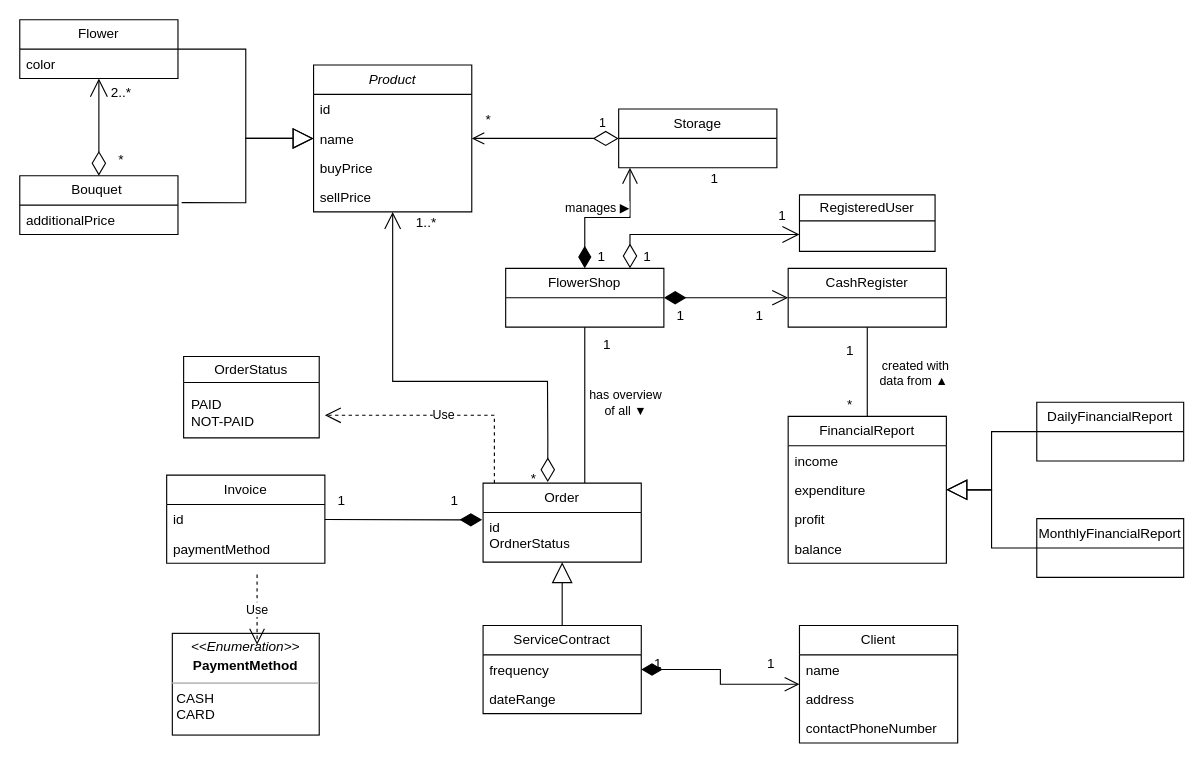
mrEkso/Flower-Shop-Management-System keeps this draw.io diagram as src/main/asciidoc/models/analysis/classdiagram.drawio. Above is the earlier version. Source tidied: cells renumbered, new cells numbered last; positions are measured from the earlier drawing's top-left corner, leaving out a move shared by most shapes. Both pictures are drawn from the tidied source at 113%, with x=0, y=0 at pixel (19, 19).
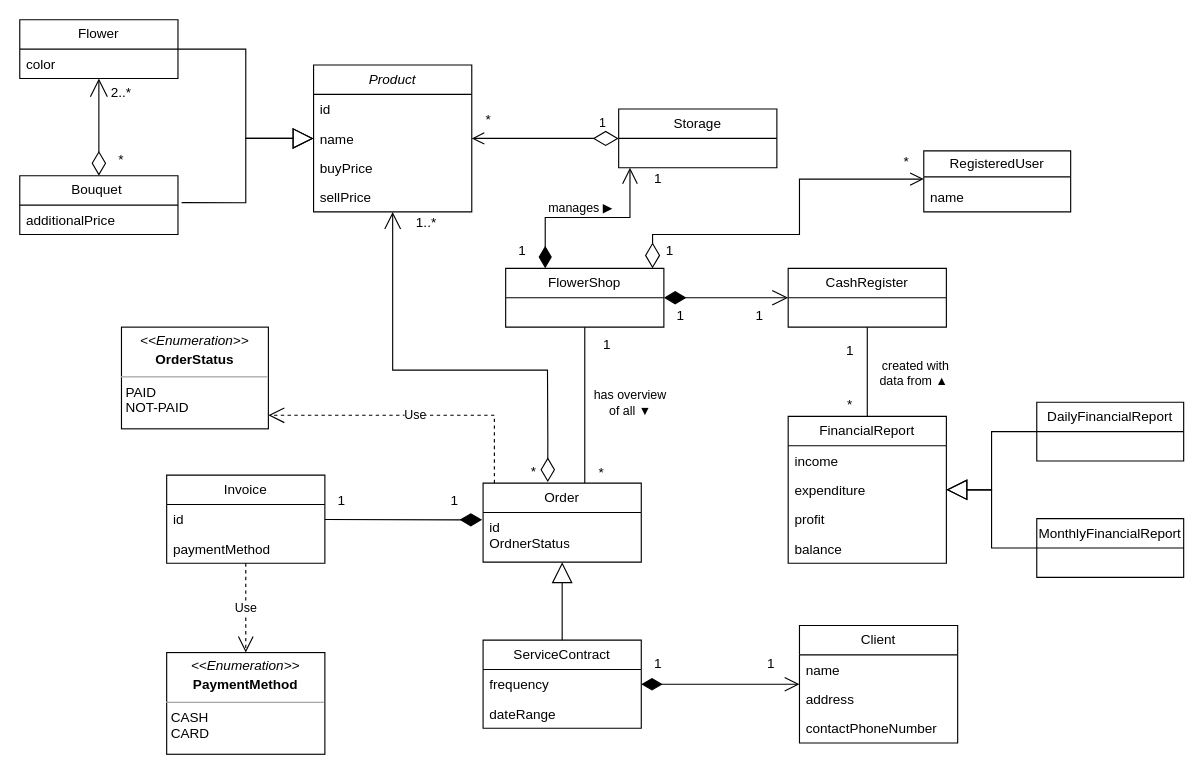
The same page after the edit.

Unchanged cells that the change refers to:
```xml
<mxCell id="9" value="Storage" style="swimlane;fontStyle=0;horizontal=1;startSize=26;fillColor=none;whiteSpace=wrap;html=1;" parent="1" vertex="1">
  <mxGeometry x="530" y="79" width="140" height="52" as="geometry" />
</mxCell>
<mxCell id="12" value="FlowerShop" style="swimlane;fontStyle=0;horizontal=1;startSize=26;fillColor=none;whiteSpace=wrap;html=1;" parent="1" vertex="1">
  <mxGeometry x="430" y="220" width="140" height="52" as="geometry" />
</mxCell>
<mxCell id="18" value="Order" style="swimlane;fontStyle=0;horizontal=1;startSize=26;fillColor=none;whiteSpace=wrap;html=1;" parent="1" vertex="1">
  <mxGeometry x="410" y="410" width="140" height="70" as="geometry" />
</mxCell>
<mxCell id="23" value="Invoice" style="swimlane;fontStyle=0;horizontal=1;startSize=26;fillColor=none;whiteSpace=wrap;html=1;" parent="1" vertex="1">
  <mxGeometry x="130" y="403" width="140" height="78" as="geometry" />
</mxCell>
<mxCell id="40" value="&lt;i&gt;Product&lt;/i&gt;" style="swimlane;fontStyle=0;horizontal=1;startSize=26;fillColor=none;whiteSpace=wrap;html=1;" parent="1" vertex="1">
  <mxGeometry x="260" y="40" width="140" height="130" as="geometry" />
</mxCell>
```

The edit, as a diff of the source:
```diff
@@
     <mxCell id="16" value="1" style="text;html=1;strokeColor=none;fillColor=none;align=center;verticalAlign=middle;whiteSpace=wrap;rounded=0;" parent="1" vertex="1">
-      <mxGeometry x="500" y="200" width="30" height="20" as="geometry" />
+      <mxGeometry x="430" y="195" width="30" height="20" as="geometry" />
     </mxCell>
@@
     <mxCell id="20" value="ServiceContract" style="swimlane;fontStyle=0;horizontal=1;startSize=26;fillColor=none;whiteSpace=wrap;html=1;" parent="1" vertex="1">
-      <mxGeometry x="410" y="536" width="140" height="78" as="geometry" />
+      <mxGeometry x="410" y="549" width="140" height="78" as="geometry" />
     </mxCell>
@@
-    <mxCell id="39" value="1" style="text;html=1;strokeColor=none;fillColor=none;align=center;verticalAlign=middle;whiteSpace=wrap;rounded=0;" parent="1" vertex="1">
-      <mxGeometry x="660" y="164" width="30" height="20" as="geometry" />
+    <mxCell id="39" value="*" style="text;html=1;strokeColor=none;fillColor=none;align=center;verticalAlign=middle;whiteSpace=wrap;rounded=0;" parent="1" vertex="1">
+      <mxGeometry x="770" y="116" width="30" height="20" as="geometry" />
     </mxCell>
@@
     <mxCell id="48" style="endArrow=open;html=1;endSize=12;startArrow=diamondThin;startSize=17;startFill=1;edgeStyle=orthogonalEdgeStyle;align=left;verticalAlign=bottom;rounded=0;" parent="1" edge="1" source="12" target="9">
       <mxGeometry x="-1" y="3" relative="1" as="geometry">
         <Array as="points">
-          <mxPoint x="500" y="175" />
+          <mxPoint x="465" y="175" />
           <mxPoint x="540" y="175" />
         </Array>
       </mxGeometry>
     </mxCell>
     <mxCell id="49" value="1" style="text;html=1;strokeColor=none;fillColor=none;align=center;verticalAlign=middle;whiteSpace=wrap;rounded=0;" parent="1" vertex="1">
-      <mxGeometry x="600" y="131" width="30" height="20" as="geometry" />
+      <mxGeometry x="550" y="131" width="30" height="20" as="geometry" />
     </mxCell>
@@
     <mxCell id="51" style="endArrow=open;html=1;endSize=13;startArrow=diamondThin;startSize=19;startFill=0;edgeStyle=orthogonalEdgeStyle;align=left;verticalAlign=bottom;rounded=0;exitX=0.409;exitY=-0.012;exitDx=0;exitDy=0;exitPerimeter=0;" parent="1" edge="1" source="18" target="40">
       <mxGeometry x="-1" y="3" relative="1" as="geometry">
         <Array as="points">
           <mxPoint x="467" y="370" />
-          <mxPoint x="467" y="320" />
-          <mxPoint x="360" y="320" />
+          <mxPoint x="467" y="310" />
+          <mxPoint x="330" y="310" />
         </Array>
       </mxGeometry>
     </mxCell>
@@
     <mxCell id="53" value="*" style="text;html=1;strokeColor=none;fillColor=none;align=center;verticalAlign=middle;whiteSpace=wrap;rounded=0;" parent="1" vertex="1">
-      <mxGeometry x="440" y="396" width="30" height="20" as="geometry" />
+      <mxGeometry x="440" y="390" width="30" height="20" as="geometry" />
     </mxCell>
     <mxCell id="54" value="&lt;p style=&quot;margin: 4px 0px 0px; text-align: center; line-height: 140%;&quot;&gt;&lt;i&gt;&amp;lt;&amp;lt;Enumeration&amp;gt;&amp;gt;&lt;/i&gt;&lt;br&gt;&lt;b&gt;PaymentMethod&lt;/b&gt;&lt;/p&gt;&lt;hr size=&quot;1&quot;&gt;&lt;p style=&quot;margin: 0px 0px 0px 4px;&quot;&gt;CASH&lt;/p&gt;&lt;p style=&quot;margin: 0px 0px 0px 4px;&quot;&gt;CARD&lt;/p&gt;" style="verticalAlign=top;align=left;overflow=fill;fontSize=12;fontFamily=Helvetica;html=1;whiteSpace=wrap;" parent="1" vertex="1">
-      <mxGeometry x="135" y="543" width="130" height="90" as="geometry" />
+      <mxGeometry x="130" y="560" width="140" height="90" as="geometry" />
     </mxCell>
-    <mxCell id="55" value="Use" style="endArrow=open;endSize=12;dashed=1;html=1;rounded=0;" parent="1" edge="1">
+    <mxCell id="55" value="Use" style="endArrow=open;endSize=12;dashed=1;html=1;rounded=0;edgeStyle=orthogonalEdgeStyle;" parent="1" edge="1" target="76">
       <mxGeometry relative="1" as="geometry">
         <mxPoint x="420" y="410" as="sourcePoint" />
-        <mxPoint x="270" y="350" as="targetPoint" />
         <Array as="points">
           <mxPoint x="420" y="350" />
-          <mxPoint x="340" y="350" />
         </Array>
       </mxGeometry>
     </mxCell>
@@
     <mxCell id="67" value="manages ▶" style="edgeLabel;html=1;align=center;verticalAlign=middle;" parent="1" vertex="1">
-      <mxGeometry x="565" y="170" as="geometry">
+      <mxGeometry x="550" y="170" as="geometry">
         <mxPoint x="-55" y="-4" as="offset" />
       </mxGeometry>
     </mxCell>
     <mxCell id="68" value="has overview &lt;br&gt;of all&amp;nbsp;▼" style="edgeLabel;html=1;align=center;verticalAlign=middle;" parent="1" vertex="1">
-      <mxGeometry x="535" y="338.5" as="geometry" />
+      <mxGeometry x="535" y="338.5" as="geometry">
+        <mxPoint x="4" as="offset" />
+      </mxGeometry>
     </mxCell>
-    <mxCell id="69" value="&lt;span style=&quot;font-weight: normal;&quot;&gt;OrderStatus&lt;/span&gt;" style="swimlane;whiteSpace=wrap;html=1;" parent="1" vertex="1">
-      <mxGeometry x="145" y="298" width="120" height="72" as="geometry" />
-    </mxCell>
-    <mxCell id="70" value="PAID&lt;div&gt;NOT-PAID&lt;/div&gt;" style="text;html=1;align=left;verticalAlign=middle;strokeColor=none;fillColor=none;" parent="69" vertex="1">
-      <mxGeometry x="5" y="30" width="80" height="40" as="geometry" />
-    </mxCell>
-    <mxCell id="71" value="Use" style="endArrow=open;endSize=12;dashed=1;html=1;rounded=0;" parent="1" edge="1">
+    <mxCell id="71" value="Use" style="endArrow=open;endSize=12;dashed=1;html=1;rounded=0;edgeStyle=orthogonalEdgeStyle;" parent="1" edge="1" source="23" target="54">
       <mxGeometry relative="1" as="geometry">
-        <mxPoint x="210" y="491" as="sourcePoint" />
-        <mxPoint x="210" y="553" as="targetPoint" />
+        <Array as="points">
+          <mxPoint x="200" y="540" />
+          <mxPoint x="200" y="540" />
+        </Array>
       </mxGeometry>
     </mxCell>
     <mxCell id="72" value="&lt;span style=&quot;font-weight: normal;&quot;&gt;RegisteredUser&lt;/span&gt;" style="swimlane;whiteSpace=wrap;html=1;" parent="1" vertex="1">
-      <mxGeometry x="690" y="155" width="120" height="50" as="geometry" />
+      <mxGeometry x="800" y="116" width="130" height="54" as="geometry" />
     </mxCell>
+    <mxCell id="75" value="name" style="text;strokeColor=none;fillColor=none;align=left;verticalAlign=top;spacingLeft=4;spacingRight=4;overflow=hidden;whiteSpace=wrap;html=1;" parent="72" vertex="1">
+      <mxGeometry y="28" width="130" height="26" as="geometry" />
+    </mxCell>
-    <mxCell id="73" style="endArrow=open;html=1;endSize=13;startArrow=diamondThin;startSize=19;startFill=0;edgeStyle=orthogonalEdgeStyle;align=left;verticalAlign=bottom;rounded=0;exitX=0.786;exitY=0;exitDx=0;exitDy=0;exitPerimeter=0;" parent="1" edge="1" source="12">
+    <mxCell id="73" style="endArrow=open;html=1;endSize=10;startArrow=diamondThin;startSize=20;startFill=0;edgeStyle=orthogonalEdgeStyle;align=left;verticalAlign=bottom;rounded=0;" parent="1" edge="1" target="72">
       <mxGeometry x="-1" y="3" relative="1" as="geometry">
-        <mxPoint x="690" y="190" as="targetPoint" />
+        <mxPoint x="560" y="220" as="sourcePoint" />
         <Array as="points">
-          <mxPoint x="540" y="190" />
+          <mxPoint x="560" y="190" />
           <mxPoint x="690" y="190" />
+          <mxPoint x="690" y="141" />
         </Array>
       </mxGeometry>
     </mxCell>
     <mxCell id="74" value="1" style="text;html=1;align=center;verticalAlign=middle;strokeColor=none;fillColor=none;" parent="1" vertex="1">
-      <mxGeometry x="540" y="195" width="30" height="30" as="geometry" />
+      <mxGeometry x="560" y="190" width="30" height="30" as="geometry" />
     </mxCell>
+    <mxCell id="76" value="&lt;p style=&quot;margin: 4px 0px 0px; text-align: center; line-height: 140%;&quot;&gt;&lt;i&gt;&amp;lt;&amp;lt;Enumeration&amp;gt;&amp;gt;&lt;/i&gt;&lt;br&gt;&lt;b&gt;OrderStatus&lt;/b&gt;&lt;/p&gt;&lt;hr size=&quot;1&quot;&gt;&lt;p style=&quot;margin: 0px 0px 0px 4px;&quot;&gt;PAID&lt;/p&gt;&lt;p style=&quot;margin: 0px 0px 0px 4px;&quot;&gt;NOT-PAID&lt;/p&gt;" style="verticalAlign=top;align=left;overflow=fill;fontSize=12;fontFamily=Helvetica;html=1;whiteSpace=wrap;" parent="1" vertex="1">
+      <mxGeometry x="90" y="272" width="130" height="90" as="geometry" />
+    </mxCell>
+    <mxCell id="77" value="*" style="text;html=1;strokeColor=none;fillColor=none;align=center;verticalAlign=middle;whiteSpace=wrap;rounded=0;" parent="1" vertex="1">
+      <mxGeometry x="500" y="390.5" width="30" height="20" as="geometry" />
+    </mxCell>
```
